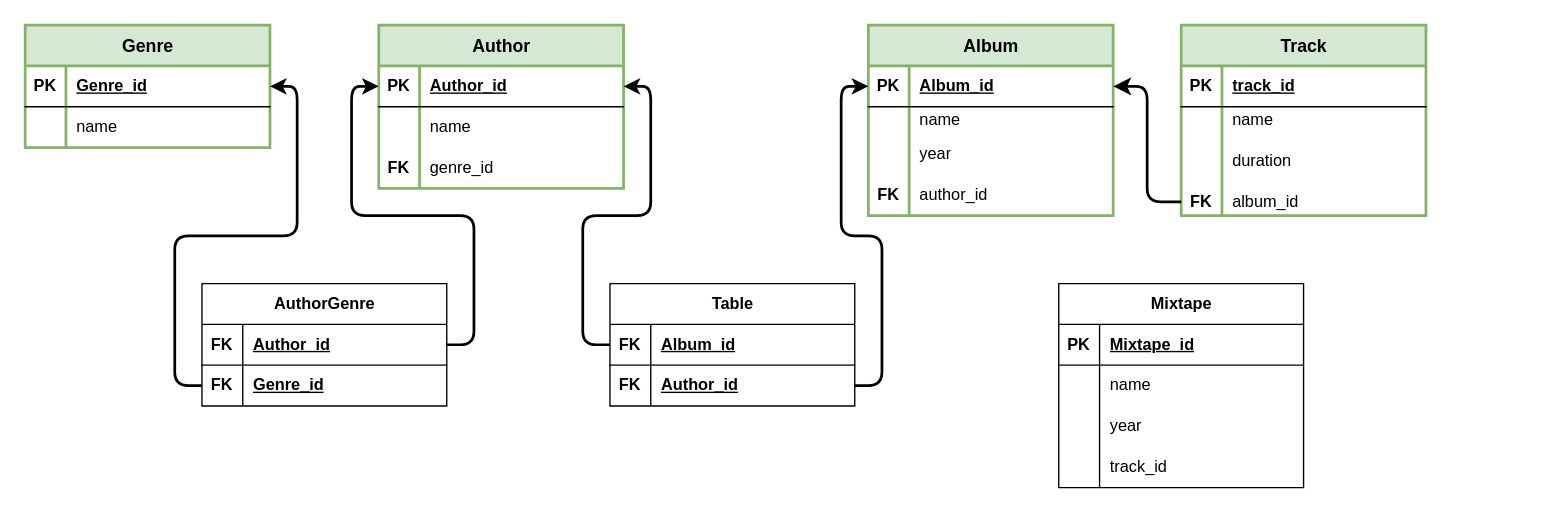
This is new/music.drawio from RomanKotovski/homework-sql, a draw.io file, before an edit. Source tidied: cells renumbered, new cells numbered last; positions are measured from the earlier drawing's top-left corner, leaving out a move shared by most shapes. Both pictures are drawn from the tidied source at 136%, with x=0, y=0 at pixel (24, 24).
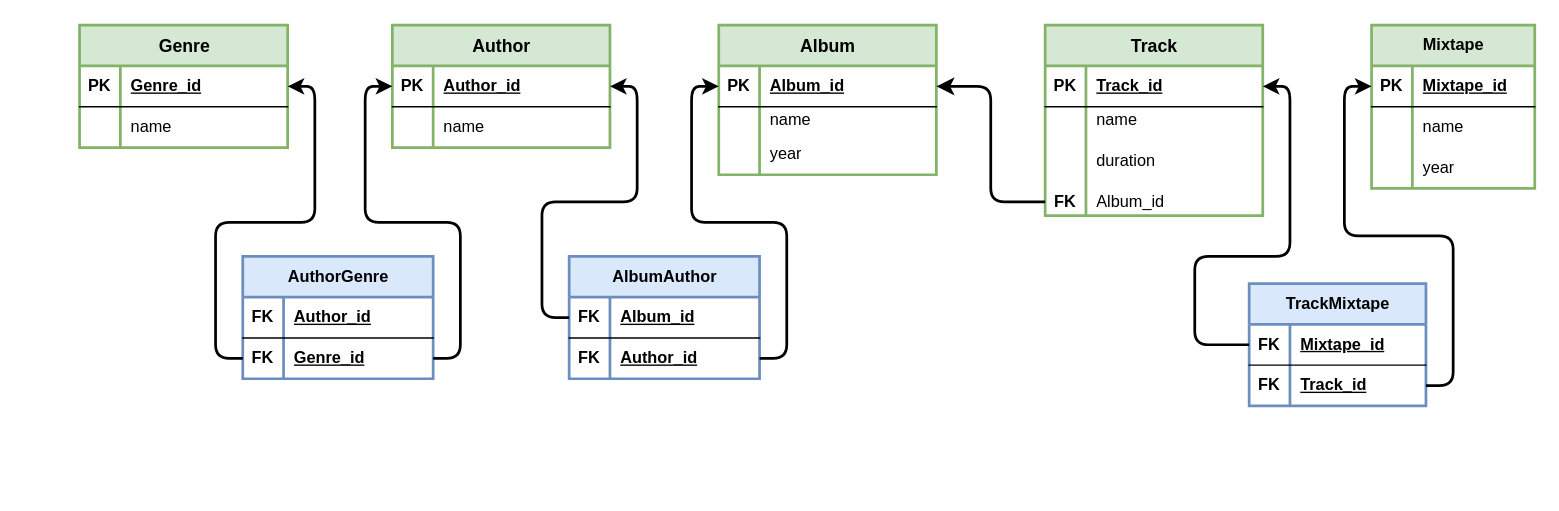
Above is the later version.

Diff of the diagram source:
```diff
@@
     <mxCell id="2" value="Genre" style="shape=table;startSize=30;childLayout=tableLayout;rowLines=0;fontStyle=1;align=center;html=1;strokeWidth=2;perimeterSpacing=0;fillColor=#d5e8d4;strokeColor=#82b366;fontSize=13;" parent="1" vertex="1">
-      <mxGeometry width="180" height="90" as="geometry" />
+      <mxGeometry x="40" width="153" height="90" as="geometry" />
     </mxCell>
     <mxCell id="3" style="shape=tableRow;horizontal=0;startSize=0;swimlaneHead=0;swimlaneBody=0;fillColor=none;points=[[0,0.5],[1,0.5]];portConstraint=eastwest;top=0;left=0;right=0;bottom=1;" parent="2" vertex="1">
-      <mxGeometry y="30" width="180" height="30" as="geometry" />
+      <mxGeometry y="30" width="153" height="30" as="geometry" />
     </mxCell>
@@
     <mxCell id="5" value="Genre_id" style="shape=partialRectangle;fillColor=none;top=0;left=0;bottom=0;right=0;align=left;spacingLeft=6;fontStyle=5;overflow=hidden;whiteSpace=wrap;html=1;" parent="3" vertex="1">
-      <mxGeometry x="30" width="150" height="30" as="geometry" />
+      <mxGeometry x="30" width="123" height="30" as="geometry" />
     </mxCell>
     <mxCell id="6" style="shape=tableRow;horizontal=0;startSize=0;swimlaneHead=0;swimlaneBody=0;fillColor=none;top=0;left=0;right=0;bottom=0;" parent="2" vertex="1">
-      <mxGeometry y="60" width="180" height="30" as="geometry" />
+      <mxGeometry y="60" width="153" height="30" as="geometry" />
     </mxCell>
@@
     <mxCell id="8" value="name" style="shape=partialRectangle;fillColor=none;top=0;left=0;bottom=0;right=0;align=left;spacingLeft=6;overflow=hidden;whiteSpace=wrap;html=1;" parent="6" vertex="1">
-      <mxGeometry x="30" width="150" height="30" as="geometry" />
+      <mxGeometry x="30" width="123" height="30" as="geometry" />
     </mxCell>
     <mxCell id="9" value="&lt;font style=&quot;font-size: 13px;&quot;&gt;Author&lt;/font&gt;" style="shape=table;startSize=30;childLayout=tableLayout;rowLines=0;fontStyle=1;align=center;html=1;strokeWidth=2;fillColor=#d5e8d4;strokeColor=#82b366;fontSize=13;" parent="1" vertex="1">
-      <mxGeometry x="260" width="180" height="120" as="geometry" />
+      <mxGeometry x="270" width="160" height="90" as="geometry" />
     </mxCell>
     <mxCell id="10" style="shape=tableRow;horizontal=0;startSize=0;swimlaneHead=0;swimlaneBody=0;fillColor=none;points=[[0,0.5],[1,0.5]];portConstraint=eastwest;top=0;left=0;right=0;bottom=1;" parent="9" vertex="1">
-      <mxGeometry y="30" width="180" height="30" as="geometry" />
+      <mxGeometry y="30" width="160" height="30" as="geometry" />
     </mxCell>
@@
     <mxCell id="12" value="Author_id" style="shape=partialRectangle;fillColor=none;top=0;left=0;bottom=0;right=0;align=left;spacingLeft=6;fontStyle=5;overflow=hidden;whiteSpace=wrap;html=1;" parent="10" vertex="1">
-      <mxGeometry x="30" width="150" height="30" as="geometry" />
+      <mxGeometry x="30" width="130" height="30" as="geometry" />
     </mxCell>
     <mxCell id="13" style="shape=tableRow;horizontal=0;startSize=0;swimlaneHead=0;swimlaneBody=0;fillColor=none;top=0;left=0;right=0;bottom=0;" parent="9" vertex="1">
-      <mxGeometry y="60" width="180" height="30" as="geometry" />
+      <mxGeometry y="60" width="160" height="30" as="geometry" />
     </mxCell>
@@
     <mxCell id="15" value="name" style="shape=partialRectangle;fillColor=none;top=0;left=0;bottom=0;right=0;align=left;spacingLeft=6;overflow=hidden;whiteSpace=wrap;html=1;" parent="13" vertex="1">
-      <mxGeometry x="30" width="150" height="30" as="geometry" />
+      <mxGeometry x="30" width="130" height="30" as="geometry" />
     </mxCell>
-    <mxCell id="16" style="shape=tableRow;horizontal=0;startSize=0;swimlaneHead=0;swimlaneBody=0;fillColor=none;top=0;left=0;right=0;bottom=0;" parent="9" vertex="1">
-      <mxGeometry y="90" width="180" height="30" as="geometry" />
-    </mxCell>
-    <mxCell id="17" value="&lt;b&gt;FK&lt;/b&gt;" style="shape=partialRectangle;fillColor=none;top=0;left=0;bottom=0;right=0;overflow=hidden;whiteSpace=wrap;html=1;" parent="16" vertex="1">
-      <mxGeometry width="30" height="30" as="geometry" />
-    </mxCell>
-    <mxCell id="18" value="genre_id" style="shape=partialRectangle;fillColor=none;top=0;left=0;bottom=0;right=0;align=left;spacingLeft=6;overflow=hidden;whiteSpace=wrap;html=1;" parent="16" vertex="1">
-      <mxGeometry x="30" width="150" height="30" as="geometry" />
-    </mxCell>
     <mxCell id="19" value="Album" style="shape=table;startSize=30;childLayout=tableLayout;rowLines=0;fontStyle=1;align=center;html=1;strokeWidth=2;fillColor=#d5e8d4;strokeColor=#82b366;fontSize=13;" parent="1" vertex="1">
-      <mxGeometry x="620" width="180" height="140" as="geometry" />
+      <mxGeometry x="510" width="160" height="110" as="geometry" />
     </mxCell>
     <mxCell id="20" style="shape=tableRow;horizontal=0;startSize=0;swimlaneHead=0;swimlaneBody=0;fillColor=none;points=[[0,0.5],[1,0.5]];portConstraint=eastwest;top=0;left=0;right=0;bottom=1;" parent="19" vertex="1">
-      <mxGeometry y="30" width="180" height="30" as="geometry" />
+      <mxGeometry y="30" width="160" height="30" as="geometry" />
     </mxCell>
@@
     <mxCell id="22" value="Album_id" style="shape=partialRectangle;fillColor=none;top=0;left=0;bottom=0;right=0;align=left;spacingLeft=6;fontStyle=5;overflow=hidden;whiteSpace=wrap;html=1;" parent="20" vertex="1">
-      <mxGeometry x="30" width="150" height="30" as="geometry" />
+      <mxGeometry x="30" width="130" height="30" as="geometry" />
     </mxCell>
     <mxCell id="23" style="shape=tableRow;horizontal=0;startSize=0;swimlaneHead=0;swimlaneBody=0;fillColor=none;top=0;left=0;right=0;bottom=0;" parent="19" vertex="1">
-      <mxGeometry y="60" width="180" height="20" as="geometry" />
+      <mxGeometry y="60" width="160" height="20" as="geometry" />
     </mxCell>
@@
     <mxCell id="25" value="name" style="shape=partialRectangle;fillColor=none;top=0;left=0;bottom=0;right=0;align=left;spacingLeft=6;overflow=hidden;whiteSpace=wrap;html=1;" parent="23" vertex="1">
-      <mxGeometry x="30" width="150" height="20" as="geometry" />
+      <mxGeometry x="30" width="130" height="20" as="geometry" />
     </mxCell>
     <mxCell id="26" style="shape=tableRow;horizontal=0;startSize=0;swimlaneHead=0;swimlaneBody=0;fillColor=none;top=0;left=0;right=0;bottom=0;" parent="19" vertex="1">
-      <mxGeometry y="80" width="180" height="30" as="geometry" />
+      <mxGeometry y="80" width="160" height="30" as="geometry" />
     </mxCell>
@@
     <mxCell id="28" value="year" style="shape=partialRectangle;fillColor=none;top=0;left=0;bottom=0;right=0;align=left;spacingLeft=6;overflow=hidden;whiteSpace=wrap;html=1;" parent="26" vertex="1">
-      <mxGeometry x="30" width="150" height="30" as="geometry" />
+      <mxGeometry x="30" width="130" height="30" as="geometry" />
     </mxCell>
-    <mxCell id="29" style="shape=tableRow;horizontal=0;startSize=0;swimlaneHead=0;swimlaneBody=0;fillColor=none;top=0;left=0;right=0;bottom=0;" parent="19" vertex="1">
-      <mxGeometry y="110" width="180" height="30" as="geometry" />
-    </mxCell>
-    <mxCell id="30" value="&lt;b&gt;FK&lt;/b&gt;" style="shape=partialRectangle;fillColor=none;top=0;left=0;bottom=0;right=0;overflow=hidden;whiteSpace=wrap;html=1;" parent="29" vertex="1">
-      <mxGeometry width="30" height="30" as="geometry" />
-    </mxCell>
-    <mxCell id="31" value="author_id" style="shape=partialRectangle;fillColor=none;top=0;left=0;bottom=0;right=0;align=left;spacingLeft=6;overflow=hidden;whiteSpace=wrap;html=1;" parent="29" vertex="1">
-      <mxGeometry x="30" width="150" height="30" as="geometry" />
-    </mxCell>
     <mxCell id="32" value="Track" style="shape=table;startSize=30;childLayout=tableLayout;rowLines=0;fontStyle=1;align=center;html=1;strokeWidth=2;fillColor=#d5e8d4;strokeColor=#82b366;fontSize=13;" parent="1" vertex="1">
-      <mxGeometry x="850" width="180" height="140" as="geometry" />
+      <mxGeometry x="750" width="160" height="140" as="geometry" />
     </mxCell>
     <mxCell id="33" style="shape=tableRow;horizontal=0;startSize=0;swimlaneHead=0;swimlaneBody=0;fillColor=none;points=[[0,0.5],[1,0.5]];portConstraint=eastwest;top=0;left=0;right=0;bottom=1;" parent="32" vertex="1">
-      <mxGeometry y="30" width="180" height="30" as="geometry" />
+      <mxGeometry y="30" width="160" height="30" as="geometry" />
     </mxCell>
@@
-    <mxCell id="35" value="track_id" style="shape=partialRectangle;fillColor=none;top=0;left=0;bottom=0;right=0;align=left;spacingLeft=6;fontStyle=5;overflow=hidden;whiteSpace=wrap;html=1;" parent="33" vertex="1">
-      <mxGeometry x="30" width="150" height="30" as="geometry" />
+    <mxCell id="35" value="Track_id" style="shape=partialRectangle;fillColor=none;top=0;left=0;bottom=0;right=0;align=left;spacingLeft=6;fontStyle=5;overflow=hidden;whiteSpace=wrap;html=1;" parent="33" vertex="1">
+      <mxGeometry x="30" width="130" height="30" as="geometry" />
     </mxCell>
     <mxCell id="36" style="shape=tableRow;horizontal=0;startSize=0;swimlaneHead=0;swimlaneBody=0;fillColor=none;top=0;left=0;right=0;bottom=0;" parent="32" vertex="1">
-      <mxGeometry y="60" width="180" height="20" as="geometry" />
+      <mxGeometry y="60" width="160" height="20" as="geometry" />
     </mxCell>
@@
     <mxCell id="38" value="name" style="shape=partialRectangle;fillColor=none;top=0;left=0;bottom=0;right=0;align=left;spacingLeft=6;overflow=hidden;whiteSpace=wrap;html=1;" parent="36" vertex="1">
-      <mxGeometry x="30" width="150" height="20" as="geometry" />
+      <mxGeometry x="30" width="130" height="20" as="geometry" />
     </mxCell>
     <mxCell id="39" style="shape=tableRow;horizontal=0;startSize=0;swimlaneHead=0;swimlaneBody=0;fillColor=none;top=0;left=0;right=0;bottom=0;" parent="32" vertex="1">
-      <mxGeometry y="80" width="180" height="40" as="geometry" />
+      <mxGeometry y="80" width="160" height="40" as="geometry" />
     </mxCell>
@@
     <mxCell id="41" value="duration" style="shape=partialRectangle;fillColor=none;top=0;left=0;bottom=0;right=0;align=left;spacingLeft=6;overflow=hidden;whiteSpace=wrap;html=1;" parent="39" vertex="1">
-      <mxGeometry x="30" width="150" height="40" as="geometry" />
+      <mxGeometry x="30" width="130" height="40" as="geometry" />
     </mxCell>
     <mxCell id="42" style="shape=tableRow;horizontal=0;startSize=0;swimlaneHead=0;swimlaneBody=0;fillColor=none;points=[[0,0.5],[1,0.5]];portConstraint=eastwest;top=0;left=0;right=0;bottom=0;" parent="32" vertex="1">
-      <mxGeometry y="120" width="180" height="20" as="geometry" />
+      <mxGeometry y="120" width="160" height="20" as="geometry" />
     </mxCell>
@@
-    <mxCell id="44" value="album_id" style="shape=partialRectangle;fillColor=none;top=0;left=0;bottom=0;right=0;align=left;spacingLeft=6;overflow=hidden;whiteSpace=wrap;html=1;" parent="42" vertex="1">
-      <mxGeometry x="30" width="150" height="20" as="geometry" />
+    <mxCell id="44" value="Album_id" style="shape=partialRectangle;fillColor=none;top=0;left=0;bottom=0;right=0;align=left;spacingLeft=6;overflow=hidden;whiteSpace=wrap;html=1;" parent="42" vertex="1">
+      <mxGeometry x="30" width="130" height="20" as="geometry" />
     </mxCell>
@@
-    <mxCell id="46" value="AuthorGenre" style="shape=table;startSize=30;childLayout=tableLayout;rowLines=0;fontStyle=1;align=center;html=1;" parent="1" vertex="1">
-      <mxGeometry x="130" y="190" width="180" height="90" as="geometry" />
+    <mxCell id="46" value="AuthorGenre" style="shape=table;startSize=30;childLayout=tableLayout;rowLines=0;fontStyle=1;align=center;html=1;fillColor=#dae8fc;strokeColor=#6c8ebf;strokeWidth=2;" parent="1" vertex="1">
+      <mxGeometry x="160" y="170" width="140" height="90" as="geometry" />
     </mxCell>
     <mxCell id="47" style="shape=tableRow;horizontal=0;startSize=0;swimlaneHead=0;swimlaneBody=0;fillColor=none;points=[[0,0.5],[1,0.5]];portConstraint=eastwest;top=0;left=0;right=0;bottom=1;" parent="46" vertex="1">
-      <mxGeometry y="30" width="180" height="30" as="geometry" />
+      <mxGeometry y="30" width="140" height="30" as="geometry" />
     </mxCell>
@@
     <mxCell id="49" value="Author_id" style="shape=partialRectangle;fillColor=none;top=0;left=0;bottom=0;right=0;align=left;spacingLeft=6;fontStyle=5;overflow=hidden;whiteSpace=wrap;html=1;" parent="47" vertex="1">
-      <mxGeometry x="30" width="150" height="30" as="geometry" />
+      <mxGeometry x="30" width="110" height="30" as="geometry" />
     </mxCell>
     <mxCell id="50" style="shape=tableRow;horizontal=0;startSize=0;swimlaneHead=0;swimlaneBody=0;fillColor=none;points=[[0,0.5],[1,0.5]];portConstraint=eastwest;top=0;left=0;right=0;bottom=0;" parent="46" vertex="1">
-      <mxGeometry y="60" width="180" height="30" as="geometry" />
+      <mxGeometry y="60" width="140" height="30" as="geometry" />
     </mxCell>
@@
     <mxCell id="52" value="&lt;b&gt;&lt;u&gt;Genre_id&lt;/u&gt;&lt;/b&gt;" style="shape=partialRectangle;fillColor=none;top=0;left=0;bottom=0;right=0;align=left;spacingLeft=6;overflow=hidden;whiteSpace=wrap;html=1;" parent="50" vertex="1">
-      <mxGeometry x="30" width="150" height="30" as="geometry" />
+      <mxGeometry x="30" width="110" height="30" as="geometry" />
     </mxCell>
@@
-    <mxCell id="54" value="Table" style="shape=table;startSize=30;childLayout=tableLayout;rowLines=0;fontStyle=1;align=center;html=1;" parent="1" vertex="1">
-      <mxGeometry x="430" y="190" width="180" height="90" as="geometry" />
+    <mxCell id="54" value="AlbumAuthor" style="shape=table;startSize=30;childLayout=tableLayout;rowLines=0;fontStyle=1;align=center;html=1;fillColor=#dae8fc;strokeColor=#6c8ebf;strokeWidth=2;" parent="1" vertex="1">
+      <mxGeometry x="400" y="170" width="140" height="90" as="geometry" />
     </mxCell>
     <mxCell id="55" style="shape=tableRow;horizontal=0;startSize=0;swimlaneHead=0;swimlaneBody=0;fillColor=none;points=[[0,0.5],[1,0.5]];portConstraint=eastwest;top=0;left=0;right=0;bottom=1;" parent="54" vertex="1">
-      <mxGeometry y="30" width="180" height="30" as="geometry" />
+      <mxGeometry y="30" width="140" height="30" as="geometry" />
     </mxCell>
@@
     <mxCell id="57" value="Album_id" style="shape=partialRectangle;fillColor=none;top=0;left=0;bottom=0;right=0;align=left;spacingLeft=6;fontStyle=5;overflow=hidden;whiteSpace=wrap;html=1;" parent="55" vertex="1">
-      <mxGeometry x="30" width="150" height="30" as="geometry" />
+      <mxGeometry x="30" width="110" height="30" as="geometry" />
     </mxCell>
     <mxCell id="58" style="shape=tableRow;horizontal=0;startSize=0;swimlaneHead=0;swimlaneBody=0;fillColor=none;points=[[0,0.5],[1,0.5]];portConstraint=eastwest;top=0;left=0;right=0;bottom=0;" parent="54" vertex="1">
-      <mxGeometry y="60" width="180" height="30" as="geometry" />
+      <mxGeometry y="60" width="140" height="30" as="geometry" />
     </mxCell>
@@
     <mxCell id="60" value="&lt;b&gt;&lt;u&gt;Author_id&lt;/u&gt;&lt;/b&gt;" style="shape=partialRectangle;fillColor=none;top=0;left=0;bottom=0;right=0;align=left;spacingLeft=6;overflow=hidden;whiteSpace=wrap;html=1;" parent="58" vertex="1">
-      <mxGeometry x="30" width="150" height="30" as="geometry" />
+      <mxGeometry x="30" width="110" height="30" as="geometry" />
     </mxCell>
@@
-    <mxCell id="63" style="edgeStyle=orthogonalEdgeStyle;rounded=1;jettySize=auto;html=1;entryX=0;entryY=0.5;entryDx=0;entryDy=0;strokeWidth=2;" parent="1" edge="1" source="47" target="10">
-      <mxGeometry relative="1" as="geometry" />
-    </mxCell>
-    <mxCell id="64" value="Mixtape" style="shape=table;startSize=30;childLayout=tableLayout;rowLines=0;fontStyle=1;align=center;html=1;" parent="1" vertex="1">
-      <mxGeometry x="760" y="190" width="180" height="150" as="geometry" />
+    <mxCell id="64" value="Mixtape" style="shape=table;startSize=30;childLayout=tableLayout;rowLines=0;fontStyle=1;align=center;html=1;fillColor=#d5e8d4;strokeColor=#82b366;strokeWidth=2;" parent="1" vertex="1">
+      <mxGeometry x="990" width="120" height="120" as="geometry" />
     </mxCell>
     <mxCell id="65" style="shape=tableRow;horizontal=0;startSize=0;swimlaneHead=0;swimlaneBody=0;fillColor=none;points=[[0,0.5],[1,0.5]];portConstraint=eastwest;top=0;left=0;right=0;bottom=1;" parent="64" vertex="1">
-      <mxGeometry y="30" width="180" height="30" as="geometry" />
+      <mxGeometry y="30" width="120" height="30" as="geometry" />
     </mxCell>
@@
     <mxCell id="67" value="Mixtape_id" style="shape=partialRectangle;fillColor=none;top=0;left=0;bottom=0;right=0;align=left;spacingLeft=6;fontStyle=5;overflow=hidden;whiteSpace=wrap;html=1;" parent="65" vertex="1">
-      <mxGeometry x="30" width="150" height="30" as="geometry" />
+      <mxGeometry x="30" width="90" height="30" as="geometry" />
     </mxCell>
     <mxCell id="68" style="shape=tableRow;horizontal=0;startSize=0;swimlaneHead=0;swimlaneBody=0;fillColor=none;top=0;left=0;right=0;bottom=0;" parent="64" vertex="1">
-      <mxGeometry y="60" width="180" height="30" as="geometry" />
+      <mxGeometry y="60" width="120" height="30" as="geometry" />
     </mxCell>
@@
     <mxCell id="70" value="name" style="shape=partialRectangle;fillColor=none;top=0;left=0;bottom=0;right=0;align=left;spacingLeft=6;overflow=hidden;whiteSpace=wrap;html=1;" parent="68" vertex="1">
-      <mxGeometry x="30" width="150" height="30" as="geometry" />
+      <mxGeometry x="30" width="90" height="30" as="geometry" />
     </mxCell>
     <mxCell id="71" style="shape=tableRow;horizontal=0;startSize=0;swimlaneHead=0;swimlaneBody=0;fillColor=none;top=0;left=0;right=0;bottom=0;" parent="64" vertex="1">
-      <mxGeometry y="90" width="180" height="30" as="geometry" />
+      <mxGeometry y="90" width="120" height="30" as="geometry" />
     </mxCell>
@@
     <mxCell id="73" value="year" style="shape=partialRectangle;fillColor=none;top=0;left=0;bottom=0;right=0;align=left;spacingLeft=6;overflow=hidden;whiteSpace=wrap;html=1;" parent="71" vertex="1">
-      <mxGeometry x="30" width="150" height="30" as="geometry" />
+      <mxGeometry x="30" width="90" height="30" as="geometry" />
     </mxCell>
-    <mxCell id="74" style="shape=tableRow;horizontal=0;startSize=0;swimlaneHead=0;swimlaneBody=0;fillColor=none;top=0;left=0;right=0;bottom=0;" parent="64" vertex="1">
-      <mxGeometry y="120" width="180" height="30" as="geometry" />
-    </mxCell>
-    <mxCell id="75" style="shape=partialRectangle;fillColor=none;top=0;left=0;bottom=0;right=0;overflow=hidden;whiteSpace=wrap;html=1;" parent="74" vertex="1">
-      <mxGeometry width="30" height="30" as="geometry" />
-    </mxCell>
-    <mxCell id="76" value="track_id" style="shape=partialRectangle;fillColor=none;top=0;left=0;bottom=0;right=0;align=left;spacingLeft=6;overflow=hidden;whiteSpace=wrap;html=1;" parent="74" vertex="1">
-      <mxGeometry x="30" width="150" height="30" as="geometry" />
-    </mxCell>
+    <mxCell id="77" style="edgeStyle=orthogonalEdgeStyle;rounded=1;jettySize=auto;html=1;entryX=0;entryY=0.5;entryDx=0;entryDy=0;strokeWidth=2;" parent="1" edge="1" source="50" target="10">
+      <mxGeometry relative="1" as="geometry" />
+    </mxCell>
+    <mxCell id="78" value="TrackMixtape" style="shape=table;startSize=30;childLayout=tableLayout;rowLines=0;fontStyle=1;align=center;html=1;strokeWidth=2;fillColor=#dae8fc;strokeColor=#6c8ebf;" parent="1" vertex="1">
+      <mxGeometry x="900" y="190" width="130" height="90" as="geometry" />
+    </mxCell>
+    <mxCell id="79" style="shape=tableRow;horizontal=0;startSize=0;swimlaneHead=0;swimlaneBody=0;fillColor=none;points=[[0,0.5],[1,0.5]];portConstraint=eastwest;top=0;left=0;right=0;bottom=1;" parent="78" vertex="1">
+      <mxGeometry y="30" width="130" height="30" as="geometry" />
+    </mxCell>
+    <mxCell id="80" value="FK" style="shape=partialRectangle;fillColor=none;top=0;left=0;bottom=0;right=0;fontStyle=1;overflow=hidden;whiteSpace=wrap;html=1;" parent="79" vertex="1">
+      <mxGeometry width="30" height="30" as="geometry" />
+    </mxCell>
+    <mxCell id="81" value="Mixtape_id" style="shape=partialRectangle;fillColor=none;top=0;left=0;bottom=0;right=0;align=left;spacingLeft=6;fontStyle=5;overflow=hidden;whiteSpace=wrap;html=1;" parent="79" vertex="1">
+      <mxGeometry x="30" width="100" height="30" as="geometry" />
+    </mxCell>
+    <mxCell id="82" style="shape=tableRow;horizontal=0;startSize=0;swimlaneHead=0;swimlaneBody=0;fillColor=none;points=[[0,0.5],[1,0.5]];portConstraint=eastwest;top=0;left=0;right=0;bottom=0;" parent="78" vertex="1">
+      <mxGeometry y="60" width="130" height="30" as="geometry" />
+    </mxCell>
+    <mxCell id="83" value="&lt;b&gt;FK&lt;/b&gt;" style="shape=partialRectangle;fillColor=none;top=0;left=0;bottom=0;right=0;overflow=hidden;whiteSpace=wrap;html=1;" parent="82" vertex="1">
+      <mxGeometry width="30" height="30" as="geometry" />
+    </mxCell>
+    <mxCell id="84" value="&lt;b&gt;&lt;u&gt;Track_id&lt;/u&gt;&lt;/b&gt;" style="shape=partialRectangle;fillColor=none;top=0;left=0;bottom=0;right=0;align=left;spacingLeft=6;overflow=hidden;whiteSpace=wrap;html=1;" parent="82" vertex="1">
+      <mxGeometry x="30" width="100" height="30" as="geometry" />
+    </mxCell>
+    <mxCell id="85" style="edgeStyle=orthogonalEdgeStyle;rounded=1;jettySize=auto;html=1;exitX=0;exitY=0.5;exitDx=0;exitDy=0;entryX=1;entryY=0.5;entryDx=0;entryDy=0;strokeWidth=2;" parent="1" edge="1" source="79" target="33">
+      <mxGeometry relative="1" as="geometry">
+        <Array as="points">
+          <mxPoint x="860" y="235" />
+          <mxPoint x="860" y="170" />
+          <mxPoint x="930" y="170" />
+          <mxPoint x="930" y="45" />
+        </Array>
+      </mxGeometry>
+    </mxCell>
+    <mxCell id="86" style="edgeStyle=orthogonalEdgeStyle;rounded=1;jettySize=auto;html=1;exitX=1;exitY=0.5;exitDx=0;exitDy=0;entryX=0;entryY=0.5;entryDx=0;entryDy=0;strokeWidth=2;" parent="1" edge="1" source="82" target="65">
+      <mxGeometry relative="1" as="geometry" />
+    </mxCell>
```
